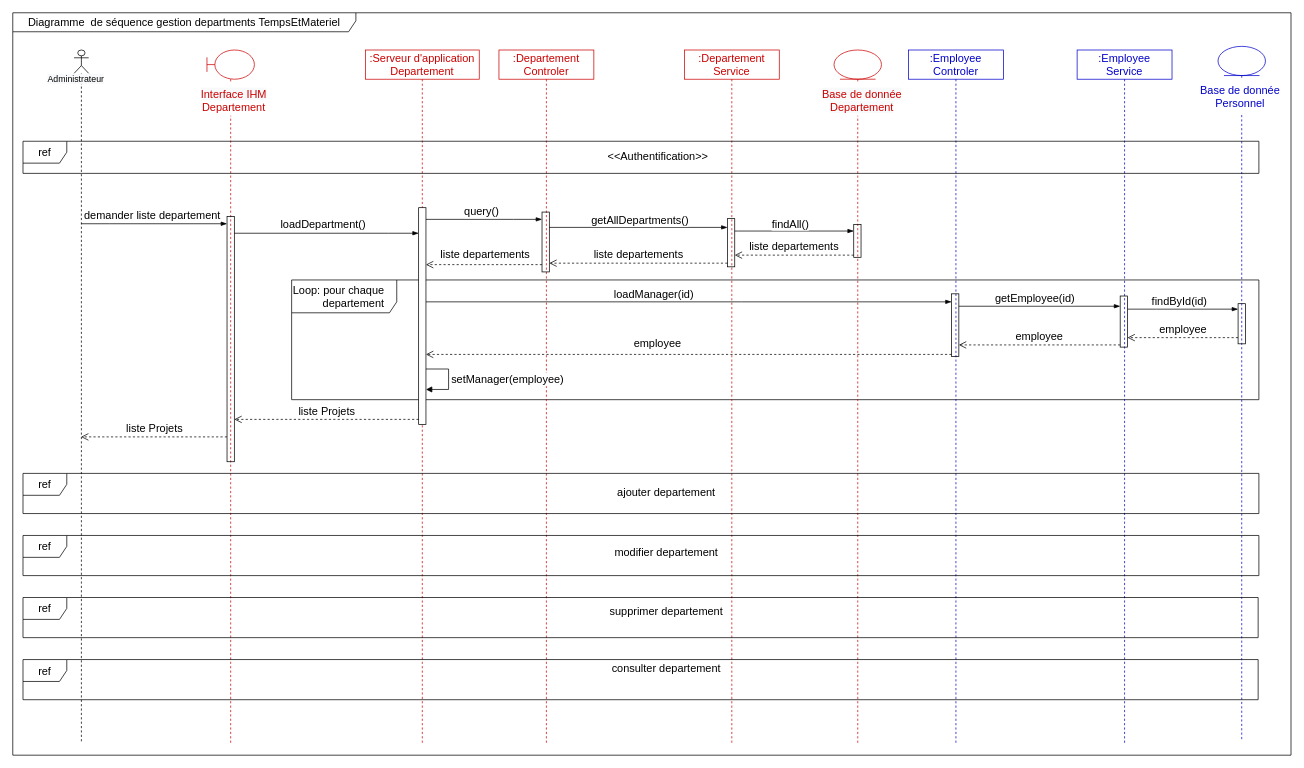
Earlier version of the draw.io diagram Department/DepartmentListDiagrammeSequence.drawio (ZidiMedAmine/UML). Source tidied: cells renumbered, new cells numbered last; positions are measured from the earlier drawing's top-left corner, leaving out a move shared by most shapes. Both pictures are drawn from the tidied source at 73%, with x=0, y=0 at pixel (12, 12).
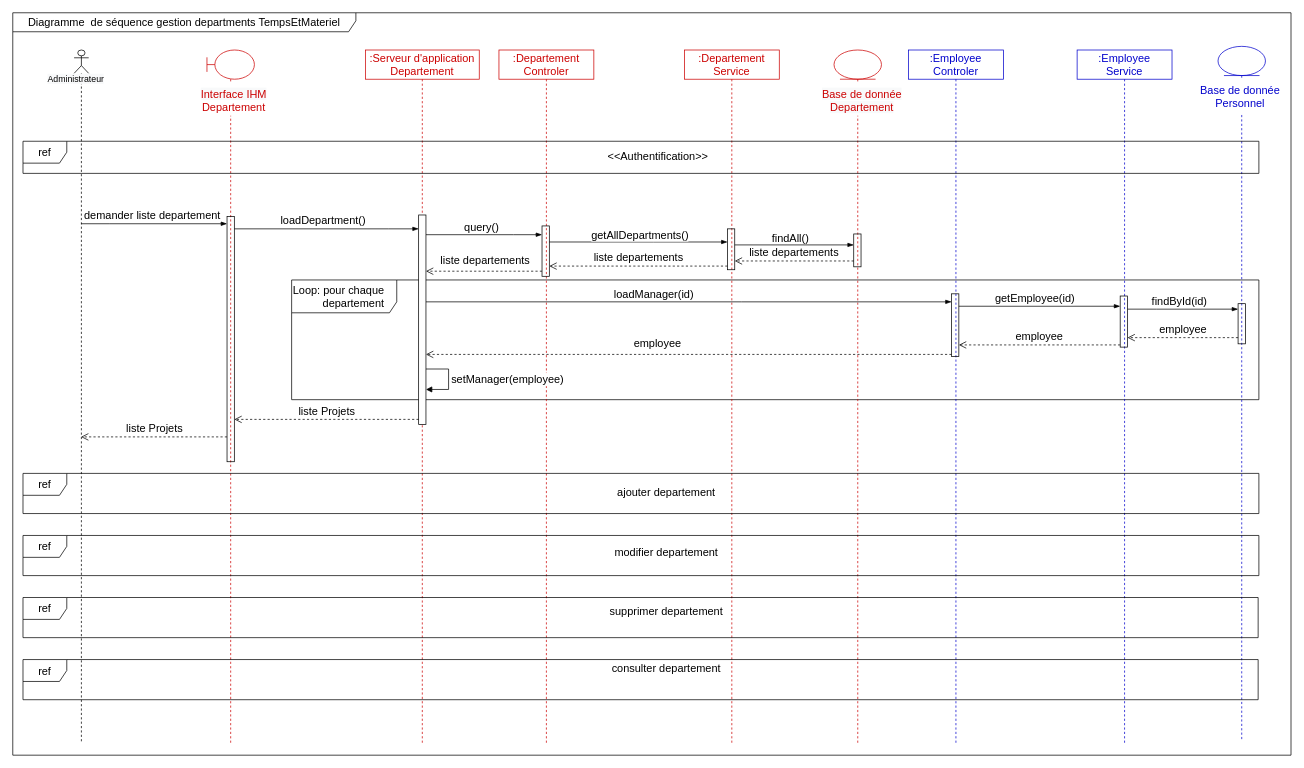
Above is the later version.

Commit message:
Mettre à jour DepartmentListDiagrammeSequence.drawio

Unchanged cells that the change refers to:
```xml
<mxCell id="4" value=":Departement&lt;br&gt;Controler" style="shape=umlLifeline;perimeter=lifelinePerimeter;whiteSpace=wrap;html=1;rounded=0;shadow=0;glass=0;sketch=0;fillColor=none;fontSize=15;fontColor=#CC0000;strokeColor=#CC0000;" parent="1" vertex="1">
  <mxGeometry x="666" y="51" width="130" height="950" as="geometry" />
</mxCell>
<mxCell id="8" value=":Departement&lt;br&gt;Service" style="shape=umlLifeline;perimeter=lifelinePerimeter;whiteSpace=wrap;html=1;rounded=0;shadow=0;glass=0;sketch=0;fillColor=none;fontSize=15;fontColor=#CC0000;strokeColor=#CC0000;" parent="1" vertex="1">
  <mxGeometry x="920" y="51" width="130" height="950" as="geometry" />
</mxCell>
<mxCell id="10" style="shape=umlLifeline;participant=umlEntity;perimeter=lifelinePerimeter;whiteSpace=wrap;html=1;verticalAlign=top;spacingTop=36;rounded=0;shadow=0;glass=0;sketch=0;fontSize=15;fillColor=none;fontColor=#CC0000;strokeColor=#CC0000;" parent="1" vertex="1">
  <mxGeometry x="1125" y="51" width="65" height="950" as="geometry" />
</mxCell>
<mxCell id="15" style="html=1;points=[];perimeter=orthogonalPerimeter;rounded=0;shadow=0;glass=0;sketch=0;fontSize=15;fillColor=none;" parent="13" vertex="1">
  <mxGeometry x="27.5" y="228" width="10" height="336" as="geometry" />
</mxCell>
<mxCell id="44" value=":Serveur d'application&lt;br&gt;Departement" style="shape=umlLifeline;perimeter=lifelinePerimeter;whiteSpace=wrap;html=1;rounded=0;shadow=0;glass=0;sketch=0;fillColor=none;fontSize=15;fontColor=#CC0000;strokeColor=#CC0000;" parent="1" vertex="1">
  <mxGeometry x="483" y="51" width="156" height="950" as="geometry" />
</mxCell>
```

What changed in the source:
```diff
@@
+    <mxCell id="3" value="Diagramme&amp;nbsp; de séquence gestion departments TempsEtMateriel" style="shape=umlFrame;whiteSpace=wrap;html=1;rounded=0;shadow=0;glass=0;sketch=0;fontSize=15;fillColor=none;width=470;height=26;" parent="1" vertex="1">
+      <mxGeometry width="1751" height="1017" as="geometry" />
+    </mxCell>
@@
-    <mxCell id="3" value="Diagramme&amp;nbsp; de séquence gestion departments TempsEtMateriel" style="shape=umlFrame;whiteSpace=wrap;html=1;rounded=0;shadow=0;glass=0;sketch=0;fontSize=15;fillColor=none;width=470;height=26;" parent="1" vertex="1">
-      <mxGeometry width="1751" height="1017" as="geometry" />
-    </mxCell>
@@
     <mxCell id="5" style="html=1;points=[];perimeter=orthogonalPerimeter;rounded=0;shadow=0;glass=0;sketch=0;fontSize=15;fillColor=none;" parent="4" vertex="1">
-      <mxGeometry x="59" y="222" width="10" height="82" as="geometry" />
+      <mxGeometry x="59" y="241" width="10" height="69" as="geometry" />
     </mxCell>
@@
     <mxCell id="9" style="html=1;points=[];perimeter=orthogonalPerimeter;rounded=0;shadow=0;glass=0;sketch=0;fontSize=15;fillColor=none;" parent="8" vertex="1">
-      <mxGeometry x="59" y="231" width="10" height="66" as="geometry" />
+      <mxGeometry x="59" y="245" width="10" height="56" as="geometry" />
     </mxCell>
@@
     <mxCell id="11" style="html=1;points=[];perimeter=orthogonalPerimeter;rounded=0;shadow=0;glass=0;sketch=0;fontSize=15;fillColor=none;" parent="10" vertex="1">
-      <mxGeometry x="27" y="239" width="10" height="45" as="geometry" />
+      <mxGeometry x="27" y="252" width="10" height="45" as="geometry" />
     </mxCell>
@@
     <mxCell id="25" style="edgeStyle=elbowEdgeStyle;fontSize=12;html=1;endArrow=blockThin;endFill=1;rounded=0;" parent="1" edge="1" source="45" target="5">
       <mxGeometry relative="1" as="geometry">
         <Array as="points">
-          <mxPoint x="686" y="283" />
-          <mxPoint x="569" y="277" />
-          <mxPoint x="551" y="290" />
+          <mxPoint x="686" y="304" />
+          <mxPoint x="569" y="298" />
+          <mxPoint x="551" y="311" />
         </Array>
       </mxGeometry>
     </mxCell>
@@
     <mxCell id="27" style="edgeStyle=elbowEdgeStyle;fontSize=12;html=1;endArrow=blockThin;endFill=1;rounded=0;" parent="1" edge="1" source="5" target="9">
       <mxGeometry relative="1" as="geometry">
         <Array as="points">
-          <mxPoint x="878" y="294" />
-          <mxPoint x="727" y="279" />
-          <mxPoint x="652" y="308" />
+          <mxPoint x="878" y="314" />
+          <mxPoint x="727" y="299" />
+          <mxPoint x="652" y="328" />
         </Array>
       </mxGeometry>
     </mxCell>
@@
     <mxCell id="29" style="edgeStyle=elbowEdgeStyle;fontSize=12;html=1;endArrow=blockThin;endFill=1;rounded=0;" parent="1" edge="1" source="9" target="11">
       <mxGeometry relative="1" as="geometry">
         <Array as="points">
+          <mxPoint x="1140" y="318" />
           <mxPoint x="994" y="299" />
           <mxPoint x="891" y="304" />
         </Array>
       </mxGeometry>
     </mxCell>
-    <mxCell id="30" value="findAll()" style="edgeLabel;html=1;align=center;verticalAlign=middle;fontSize=15;" parent="29" vertex="1">
+    <mxCell id="30" value="findAll()" style="edgeLabel;html=1;align=center;verticalAlign=middle;fontSize=15;labelBackgroundColor=none;" parent="29" vertex="1">
       <mxGeometry x="-0.36" y="2" relative="1" as="geometry">
         <mxPoint x="23" y="-9" as="offset" />
       </mxGeometry>
     </mxCell>
-    <mxCell id="31" value="liste departements" style="html=1;verticalAlign=bottom;endArrow=open;dashed=1;endSize=8;rounded=0;fontSize=15;" parent="1" edge="1" source="11" target="9">
+    <mxCell id="31" value="liste departements" style="html=1;verticalAlign=bottom;endArrow=open;dashed=1;endSize=8;rounded=0;fontSize=15;labelBackgroundColor=none;" parent="1" edge="1" source="11" target="9">
       <mxGeometry relative="1" as="geometry">
         <Array as="points">
-          <mxPoint x="1073" y="332" />
+          <mxPoint x="1077" y="340" />
         </Array>
       </mxGeometry>
     </mxCell>
     <mxCell id="32" value="liste departements" style="html=1;verticalAlign=bottom;endArrow=open;dashed=1;endSize=8;rounded=0;fontSize=15;" parent="1" edge="1" source="9" target="5">
       <mxGeometry relative="1" as="geometry">
         <Array as="points">
-          <mxPoint x="883" y="343" />
+          <mxPoint x="883" y="347" />
         </Array>
       </mxGeometry>
     </mxCell>
     <mxCell id="33" value="liste departements" style="html=1;verticalAlign=bottom;endArrow=open;dashed=1;endSize=8;rounded=0;fontSize=15;" parent="1" edge="1" source="5" target="45">
       <mxGeometry x="-0.02" y="-3" relative="1" as="geometry">
         <Array as="points">
-          <mxPoint x="571" y="345" />
+          <mxPoint x="571" y="354" />
         </Array>
       </mxGeometry>
     </mxCell>
@@
     <mxCell id="45" style="html=1;points=[];perimeter=orthogonalPerimeter;" parent="44" vertex="1">
-      <mxGeometry x="73" y="216" width="10" height="297" as="geometry" />
+      <mxGeometry x="73" y="226" width="10" height="287" as="geometry" />
     </mxCell>
@@
-    <mxCell id="47" style="fontSize=12;html=1;endArrow=blockThin;endFill=1;rounded=0;" parent="1" edge="1" source="15" target="45">
+    <mxCell id="47" style="fontSize=12;html=1;endArrow=blockThin;endFill=1;rounded=0;" parent="1" edge="1">
       <mxGeometry relative="1" as="geometry">
+        <mxPoint x="303.5" y="296" as="sourcePoint" />
+        <mxPoint x="556" y="296" as="targetPoint" />
         <Array as="points">
-          <mxPoint x="515" y="302" />
+          <mxPoint x="515" y="296" />
         </Array>
       </mxGeometry>
     </mxCell>
```
